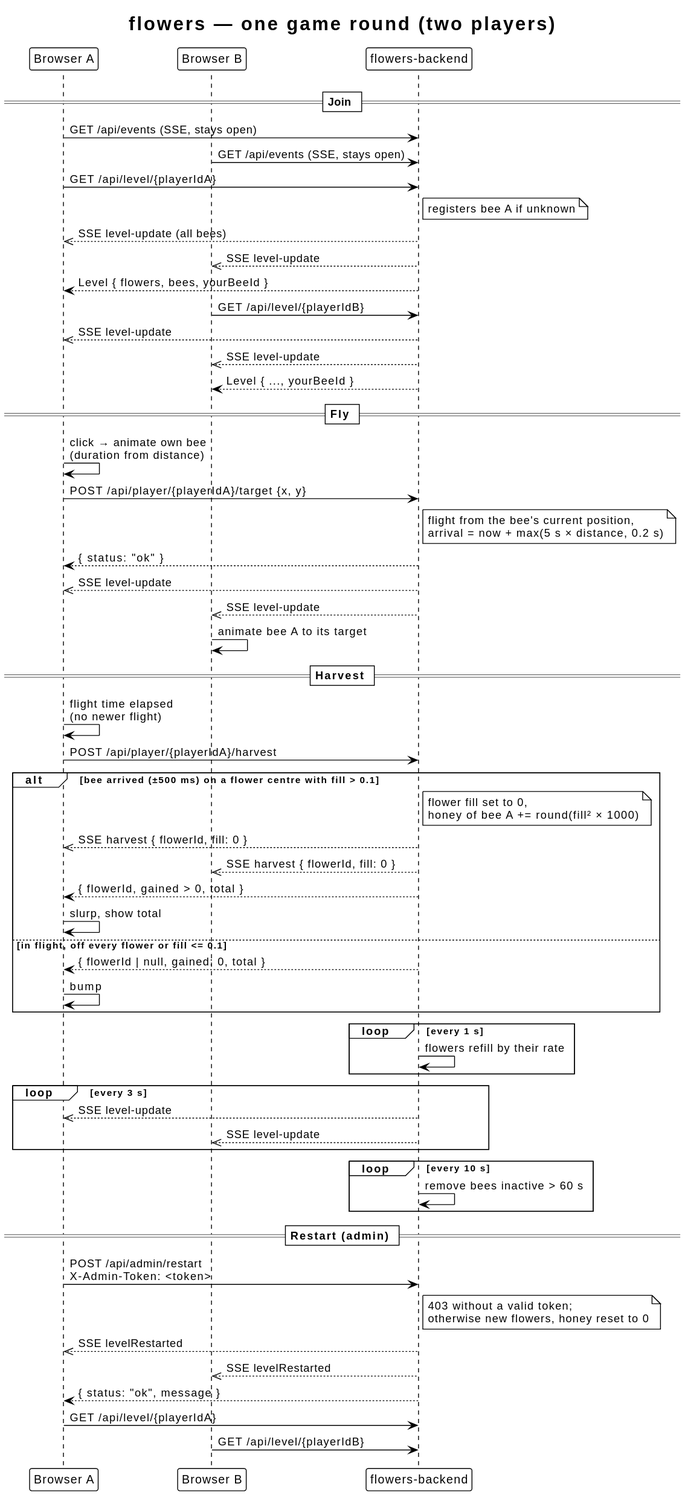
Earlier version of the PlantUML export docs/diagrams/game-round.svg (guFalcon/flowers-backend).
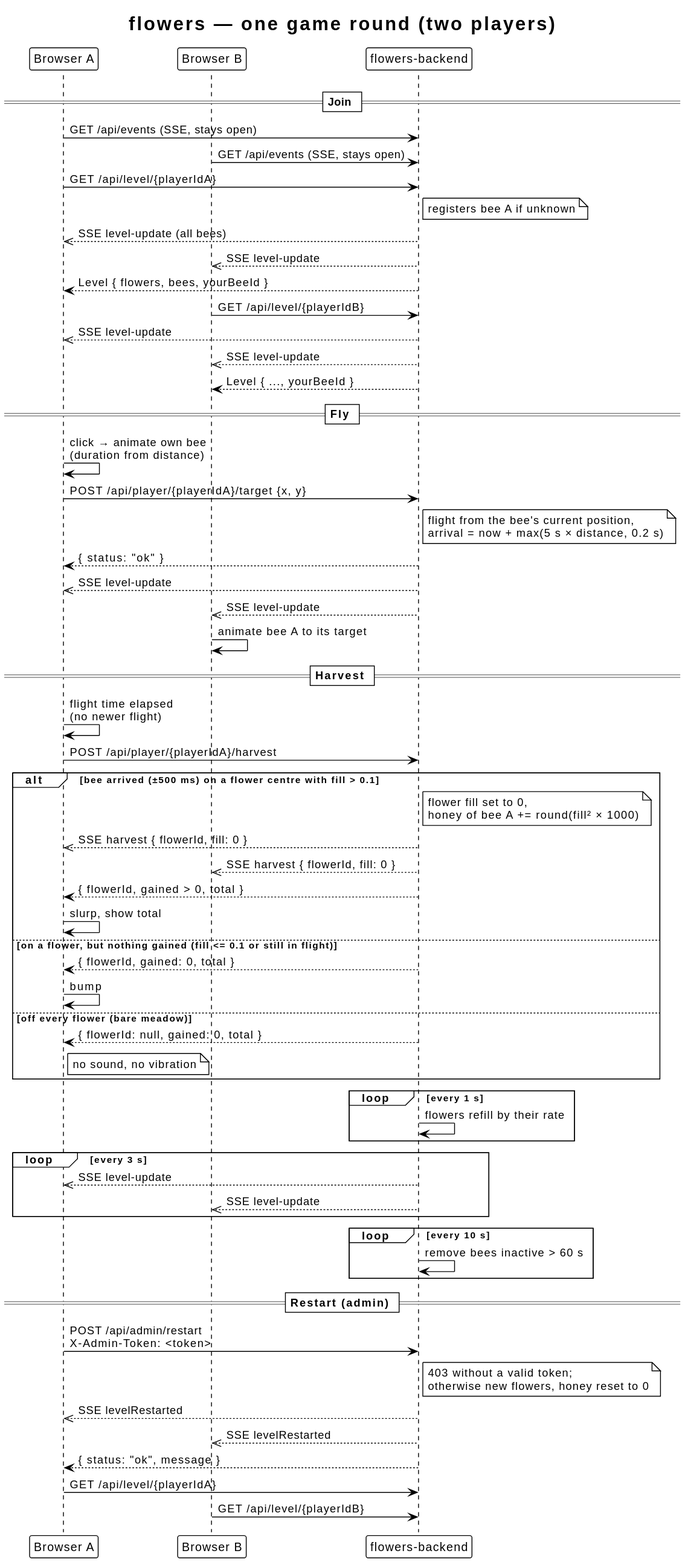
The same diagram one commit later.

Commit message:
chore: archive bump-only-on-empty-flower change and sync specs

What changed in the source:
```diff
@@ -39,9 +39,12 @@
   S -->> B : SSE harvest { flowerId, fill: 0 }
   S --> A : { flowerId, gained > 0, total }
   A -> A : slurp, show total
-else in flight, off every flower or fill <= 0.1
-  S --> A : { flowerId | null, gained: 0, total }
+else on a flower, but nothing gained (fill <= 0.1 or still in flight)
+  S --> A : { flowerId, gained: 0, total }
   A -> A : bump
+else off every flower (bare meadow)
+  S --> A : { flowerId: null, gained: 0, total }
+  note right of A : no sound, no vibration
 end
 
 loop every 1 s
```
